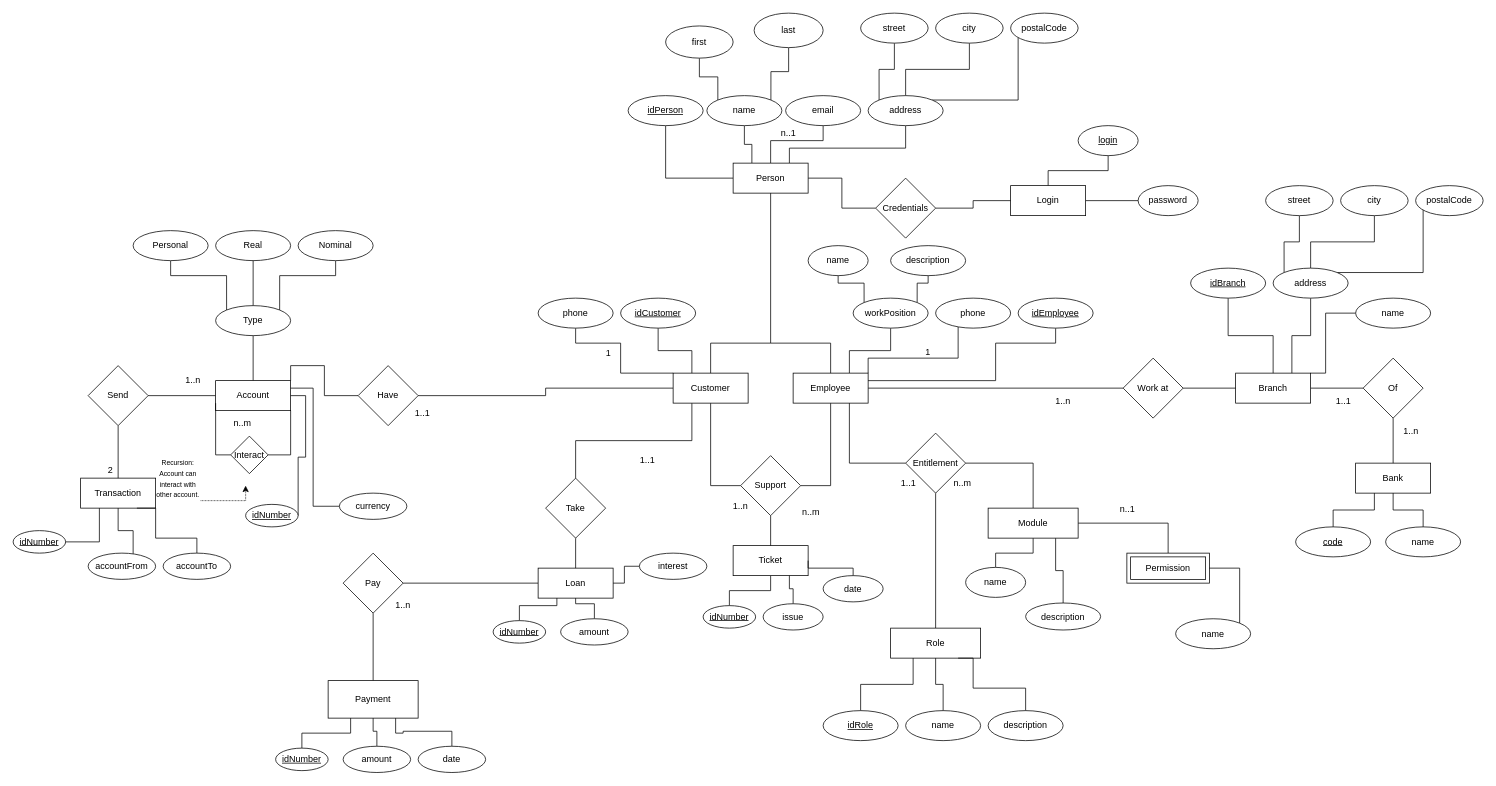
Before: Bank Management System.drawio in verbima1/B0B36DBS, a draw.io diagram. Source tidied: cells renumbered, new cells numbered last; positions are measured from the earlier drawing's top-left corner, leaving out a move shared by most shapes. Both pictures are drawn from the tidied source at 75%, with x=0, y=0 at pixel (13, 13).
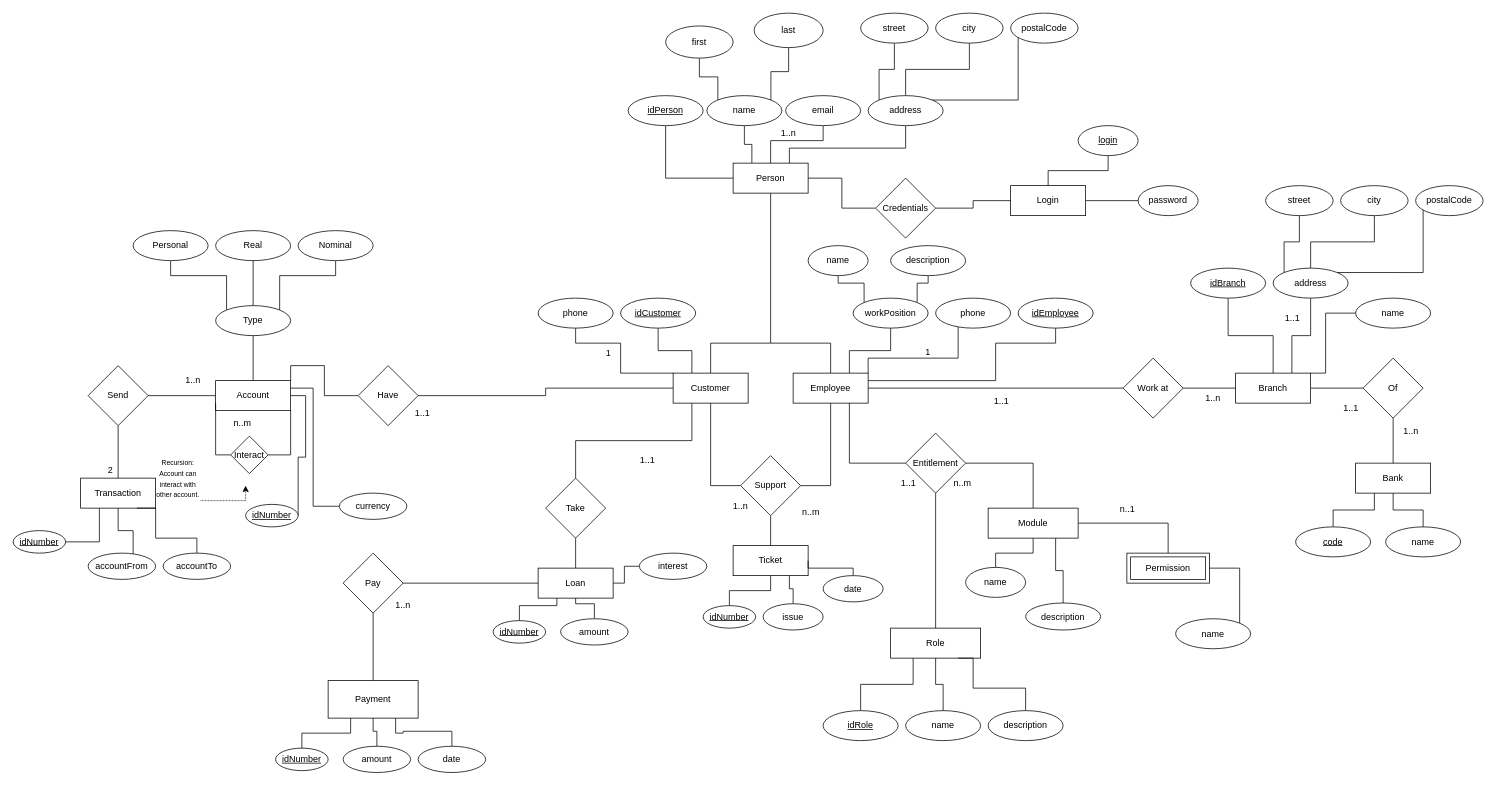
After the change.

Diff of the diagram source:
```diff
@@
-    <mxCell id="138" value="n..1" style="text;html=1;strokeColor=none;fillColor=none;align=center;verticalAlign=middle;whiteSpace=wrap;rounded=0;" parent="1" vertex="1">
+    <mxCell id="138" value="1..n" style="text;html=1;strokeColor=none;fillColor=none;align=center;verticalAlign=middle;whiteSpace=wrap;rounded=0;" parent="1" vertex="1">
       <mxGeometry x="1014" y="150" width="40" height="20" as="geometry" />
     </mxCell>
@@
     <mxCell id="141" value="1..n" style="text;html=1;strokeColor=none;fillColor=none;align=center;verticalAlign=middle;whiteSpace=wrap;rounded=0;" parent="1" vertex="1">
-      <mxGeometry x="1374" y="504" width="52" height="26" as="geometry" />
+      <mxGeometry x="1574" y="500" width="52" height="26" as="geometry" />
     </mxCell>
@@
     <mxCell id="170" value="1..1" style="text;html=1;strokeColor=none;fillColor=none;align=center;verticalAlign=middle;whiteSpace=wrap;rounded=0;" parent="1" vertex="1">
-      <mxGeometry x="1748" y="504" width="52" height="26" as="geometry" />
+      <mxGeometry x="1680" y="394" width="52" height="26" as="geometry" />
     </mxCell>
+    <mxCell id="171" value="1..1" style="text;html=1;strokeColor=none;fillColor=none;align=center;verticalAlign=middle;whiteSpace=wrap;rounded=0;" parent="1" vertex="1">
+      <mxGeometry x="1292" y="504" width="52" height="26" as="geometry" />
+    </mxCell>
+    <mxCell id="172" value="1..1" style="text;html=1;strokeColor=none;fillColor=none;align=center;verticalAlign=middle;whiteSpace=wrap;rounded=0;" parent="1" vertex="1">
+      <mxGeometry x="1758" y="514" width="52" height="26" as="geometry" />
+    </mxCell>
```
